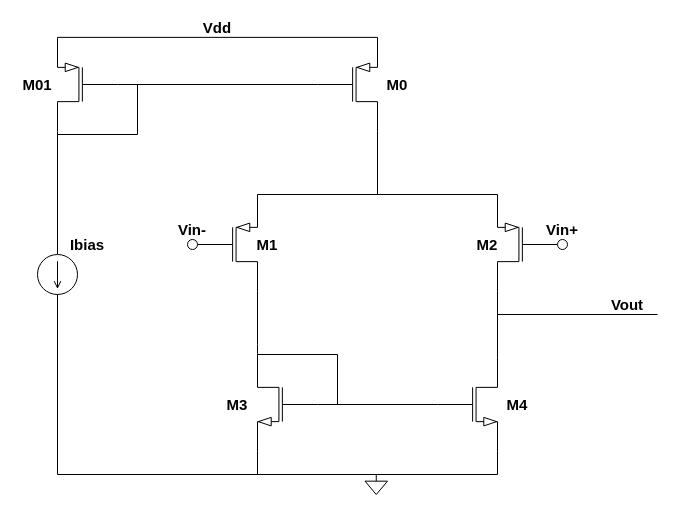
Gaspare7696/AIC_group keeps this draw.io diagram as Immagini_relazione/1_Stage.drawio. Above is the earlier version. Source tidied: cells renumbered, new cells numbered last; positions are measured from the earlier drawing's top-left corner, leaving out a move shared by most shapes. Both pictures are drawn from the tidied source at 100%, with x=0, y=0 at pixel (17, 17).
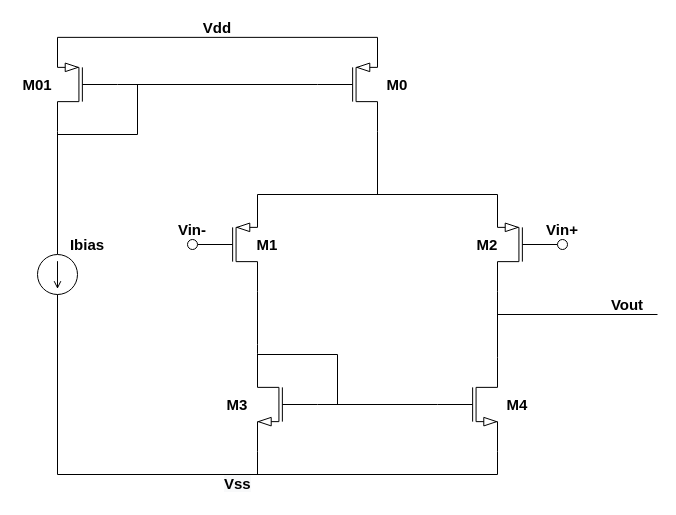
The same diagram, later.

The edit, as a diff of the source:
```diff
@@
-    <mxCell id="23" style="verticalLabelPosition=bottom;shadow=0;dashed=0;align=center;html=1;verticalAlign=top;shape=mxgraph.electrical.signal_sources.signal_ground;" parent="1" vertex="1">
-      <mxGeometry x="347.5" y="457" width="22.5" height="20" as="geometry" />
-    </mxCell>
@@
+    <mxCell id="42" value="&lt;span style=&quot;color: rgb(0 , 0 , 0) ; font-family: &amp;#34;helvetica&amp;#34; ; font-size: 15px ; font-style: normal ; font-weight: 700 ; letter-spacing: normal ; text-align: center ; text-indent: 0px ; text-transform: none ; word-spacing: 0px ; background-color: rgb(248 , 249 , 250) ; display: inline ; float: none&quot;&gt;Vss&lt;/span&gt;" style="text;whiteSpace=wrap;html=1;" parent="1" vertex="1">
+      <mxGeometry x="205" y="451" width="40" height="30" as="geometry" />
+    </mxCell>
```
